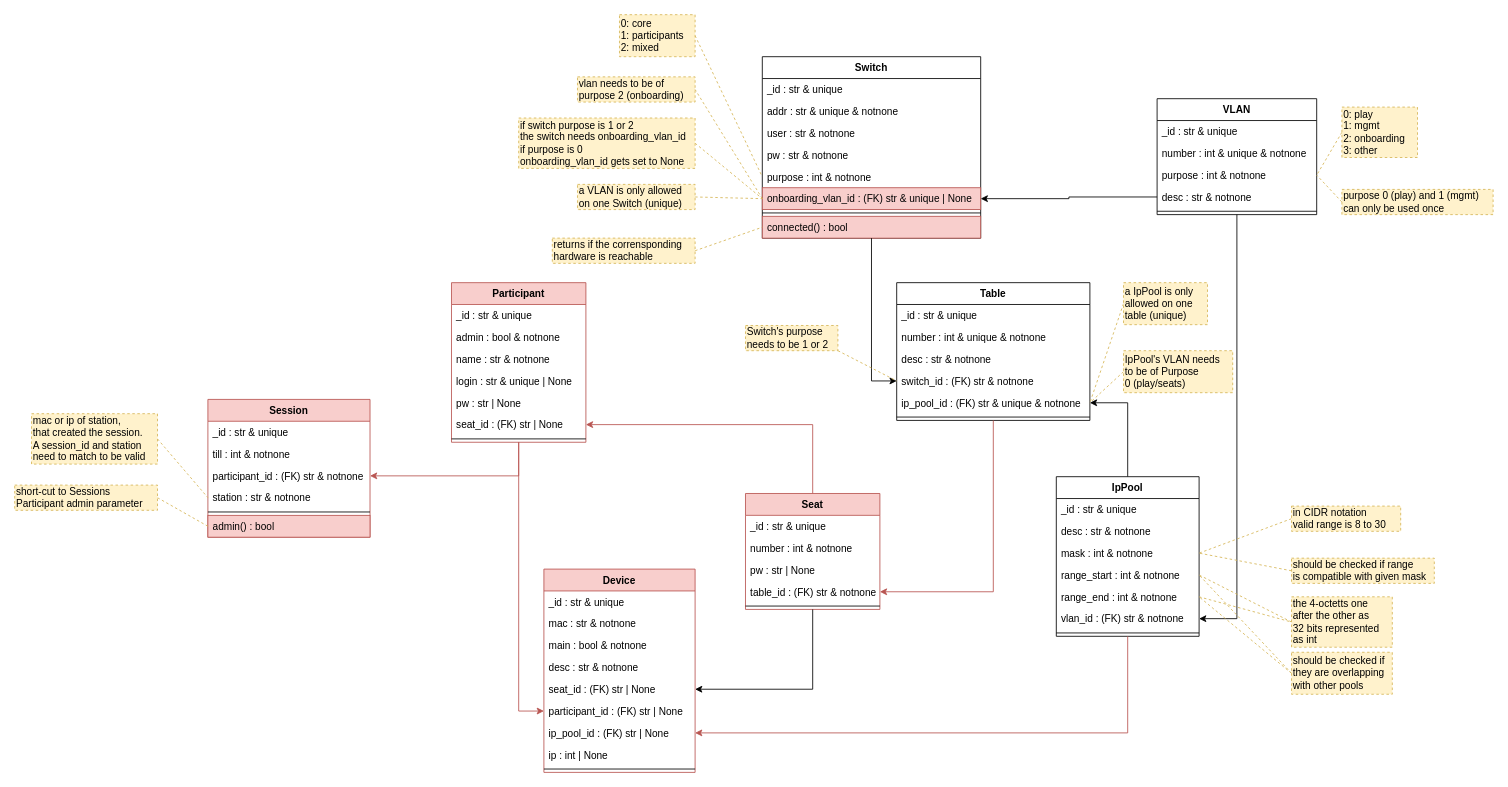
Before: docs/elements_classes.drawio in nils-ost/LanPartyOnboardingSystem, a draw.io diagram. Source tidied: cells renumbered, new cells numbered last; positions are measured from the earlier drawing's top-left corner, leaving out a move shared by most shapes. Both pictures are drawn from the tidied source at 84%, with x=0, y=0 at pixel (14, 14).
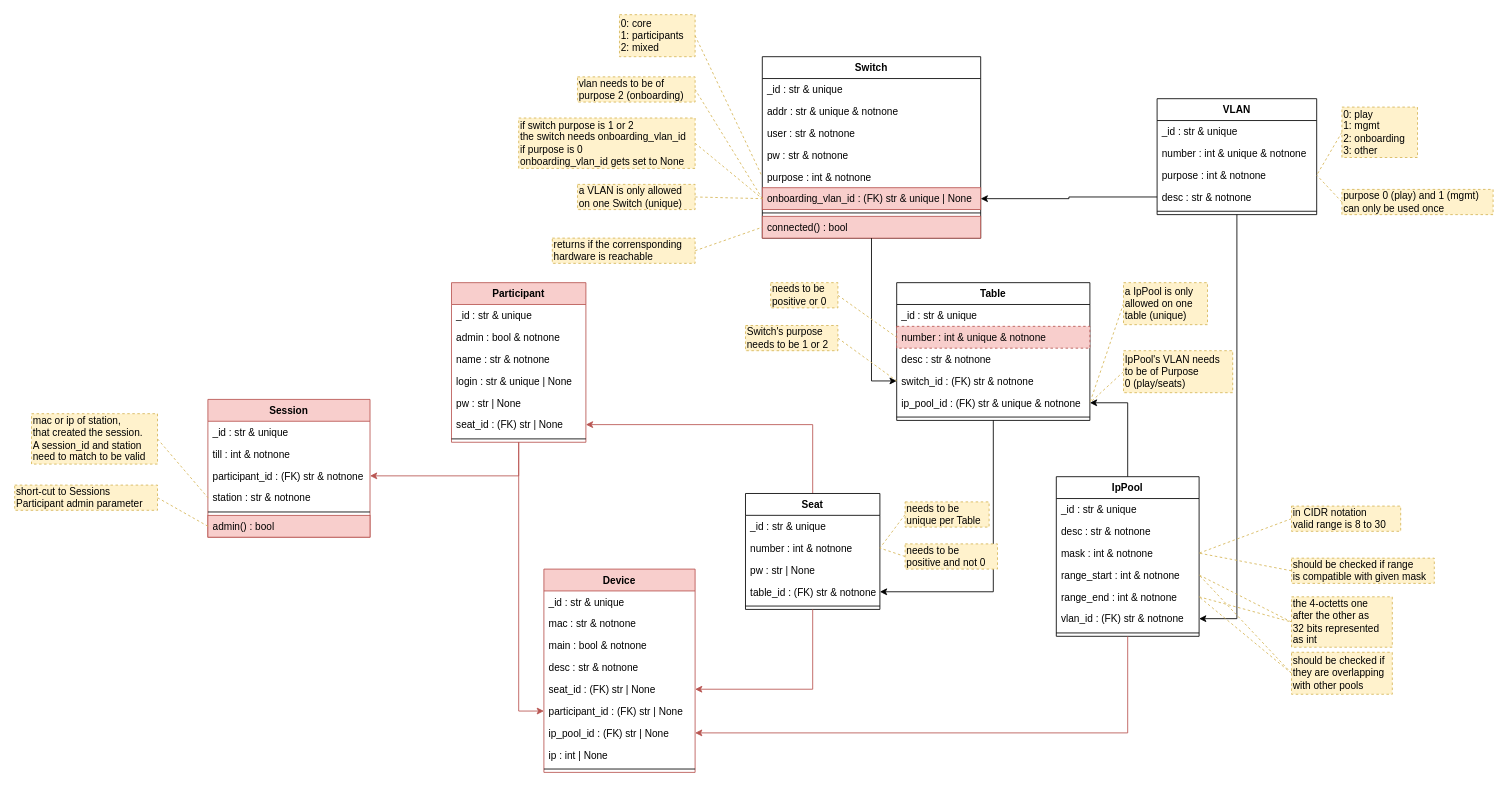
Above is the later version.

Commit message (it also covers changes not shown here):
added element Seat

The change refers to these unchanged cells:
```xml
<mxCell id="23" value="Table" style="swimlane;fontStyle=1;align=center;verticalAlign=top;horizontal=1;startSize=26;" parent="1" vertex="1">
  <mxGeometry x="1050" y="319" width="230" height="164" as="geometry" />
</mxCell>
<mxCell id="27" value="switch_id : (FK) str &amp; notnone" style="text;strokeColor=none;fillColor=none;align=left;verticalAlign=top;spacingLeft=4;spacingRight=4;overflow=hidden;points=[[0,0.5],[1,0.5]];portConstraint=eastwest;dashed=1;" parent="23" vertex="1">
  <mxGeometry y="104" width="230" height="26" as="geometry" />
</mxCell>
<mxCell id="46" value="number : int &amp; notnone" style="text;strokeColor=none;fillColor=none;align=left;verticalAlign=top;spacingLeft=4;spacingRight=4;overflow=hidden;points=[[0,0.5],[1,0.5]];portConstraint=eastwest;" parent="44" vertex="1">
  <mxGeometry y="52" width="160" height="26" as="geometry" />
</mxCell>
<mxCell id="48" value="table_id : (FK) str &amp; notnone" style="text;strokeColor=none;fillColor=none;align=left;verticalAlign=top;spacingLeft=4;spacingRight=4;overflow=hidden;points=[[0,0.5],[1,0.5]];portConstraint=eastwest;" parent="44" vertex="1">
  <mxGeometry y="104" width="160" height="26" as="geometry" />
</mxCell>
<mxCell id="64" value="seat_id : (FK) str | None" style="text;strokeColor=none;fillColor=none;align=left;verticalAlign=top;spacingLeft=4;spacingRight=4;overflow=hidden;points=[[0,0.5],[1,0.5]];portConstraint=eastwest;" parent="59" vertex="1">
  <mxGeometry y="130" width="180" height="26" as="geometry" />
</mxCell>
<mxCell id="106" value="Switch's purpose&lt;br&gt;needs to be 1 or 2" style="rounded=0;whiteSpace=wrap;html=1;fillColor=#fff2cc;strokeColor=#d6b656;dashed=1;align=left;verticalAlign=middle;horizontal=1;labelPosition=center;verticalLabelPosition=middle;" parent="1" vertex="1">
  <mxGeometry x="870" y="370" width="110" height="30" as="geometry" />
</mxCell>
```

Diff of the diagram source:
```diff
@@
-    <mxCell id="25" value="number : int &amp; unique &amp; notnone" style="text;strokeColor=none;fillColor=none;align=left;verticalAlign=top;spacingLeft=4;spacingRight=4;overflow=hidden;points=[[0,0.5],[1,0.5]];portConstraint=eastwest;dashed=1;" parent="23" vertex="1">
+    <mxCell id="25" value="number : int &amp; unique &amp; notnone" style="text;strokeColor=#b85450;fillColor=#f8cecc;align=left;verticalAlign=top;spacingLeft=4;spacingRight=4;overflow=hidden;points=[[0,0.5],[1,0.5]];portConstraint=eastwest;dashed=1;" parent="23" vertex="1">
       <mxGeometry y="52" width="230" height="26" as="geometry" />
     </mxCell>
@@
-    <mxCell id="44" value="Seat" style="swimlane;fontStyle=1;align=center;verticalAlign=top;horizontal=1;startSize=26;fillColor=#f8cecc;strokeColor=#b85450;" parent="1" vertex="1">
+    <mxCell id="44" value="Seat" style="swimlane;fontStyle=1;align=center;verticalAlign=top;horizontal=1;startSize=26;" parent="1" vertex="1">
       <mxGeometry x="870" y="570" width="160" height="138" as="geometry" />
     </mxCell>
@@
-    <mxCell id="50" style="edgeStyle=orthogonalEdgeStyle;rounded=0;jettySize=auto;html=1;endArrow=classic;endFill=1;fillColor=#f8cecc;strokeColor=#b85450;" parent="1" edge="1" source="23" target="48">
+    <mxCell id="50" style="edgeStyle=orthogonalEdgeStyle;rounded=0;jettySize=auto;html=1;endArrow=classic;endFill=1;" parent="1" edge="1" source="23" target="48">
       <mxGeometry relative="1" as="geometry" />
     </mxCell>
@@
-    <mxCell id="69" style="edgeStyle=orthogonalEdgeStyle;rounded=0;jettySize=auto;html=1;endArrow=classic;endFill=1;" parent="1" edge="1" source="44" target="64">
+    <mxCell id="69" style="edgeStyle=orthogonalEdgeStyle;rounded=0;jettySize=auto;html=1;endArrow=classic;endFill=1;fillColor=#f8cecc;strokeColor=#b85450;" parent="1" edge="1" source="44" target="64">
       <mxGeometry relative="1" as="geometry" />
     </mxCell>
@@
-    <mxCell id="105" style="rounded=0;jettySize=auto;html=1;exitX=1;exitY=1;exitDx=0;exitDy=0;entryX=0;entryY=0.5;entryDx=0;entryDy=0;dashed=1;endArrow=none;endFill=0;fillColor=#fff2cc;strokeColor=#d6b656;" parent="1" edge="1" source="106" target="27">
+    <mxCell id="105" style="rounded=0;jettySize=auto;html=1;exitX=1;exitY=0.5;exitDx=0;exitDy=0;entryX=0;entryY=0.5;entryDx=0;entryDy=0;dashed=1;endArrow=none;endFill=0;fillColor=#fff2cc;strokeColor=#d6b656;" parent="1" edge="1" source="106" target="27">
       <mxGeometry relative="1" as="geometry" />
     </mxCell>
@@
+    <mxCell id="107" style="rounded=0;jettySize=auto;html=1;exitX=0;exitY=0.5;exitDx=0;exitDy=0;entryX=1;entryY=0.5;entryDx=0;entryDy=0;dashed=1;endArrow=none;endFill=0;fillColor=#fff2cc;strokeColor=#d6b656;" parent="1" edge="1" source="108" target="46">
+      <mxGeometry relative="1" as="geometry" />
+    </mxCell>
+    <mxCell id="108" value="needs to be&lt;br&gt;unique per Table" style="rounded=0;whiteSpace=wrap;html=1;fillColor=#fff2cc;strokeColor=#d6b656;dashed=1;align=left;verticalAlign=middle;horizontal=1;labelPosition=center;verticalLabelPosition=middle;" parent="1" vertex="1">
+      <mxGeometry x="1060" y="580" width="100" height="30" as="geometry" />
+    </mxCell>
+    <mxCell id="109" style="edgeStyle=none;rounded=0;jettySize=auto;html=1;exitX=1;exitY=0.5;exitDx=0;exitDy=0;entryX=0;entryY=0.5;entryDx=0;entryDy=0;dashed=1;endArrow=none;endFill=0;fillColor=#fff2cc;strokeColor=#d6b656;" parent="1" edge="1" source="110" target="25">
+      <mxGeometry relative="1" as="geometry" />
+    </mxCell>
+    <mxCell id="110" value="needs to be&lt;br&gt;positive or 0" style="rounded=0;whiteSpace=wrap;html=1;fillColor=#fff2cc;strokeColor=#d6b656;dashed=1;align=left;verticalAlign=middle;horizontal=1;labelPosition=center;verticalLabelPosition=middle;" parent="1" vertex="1">
+      <mxGeometry x="900" y="319" width="80" height="30" as="geometry" />
+    </mxCell>
+    <mxCell id="111" style="edgeStyle=none;rounded=0;jettySize=auto;html=1;exitX=0;exitY=0.5;exitDx=0;exitDy=0;entryX=1;entryY=0.5;entryDx=0;entryDy=0;dashed=1;endArrow=none;endFill=0;fillColor=#fff2cc;strokeColor=#d6b656;" parent="1" edge="1" source="112" target="46">
+      <mxGeometry relative="1" as="geometry" />
+    </mxCell>
+    <mxCell id="112" value="needs to be&lt;br&gt;positive and not 0" style="rounded=0;whiteSpace=wrap;html=1;fillColor=#fff2cc;strokeColor=#d6b656;dashed=1;align=left;verticalAlign=middle;horizontal=1;labelPosition=center;verticalLabelPosition=middle;" parent="1" vertex="1">
+      <mxGeometry x="1060" y="630" width="110" height="30" as="geometry" />
+    </mxCell>
```
